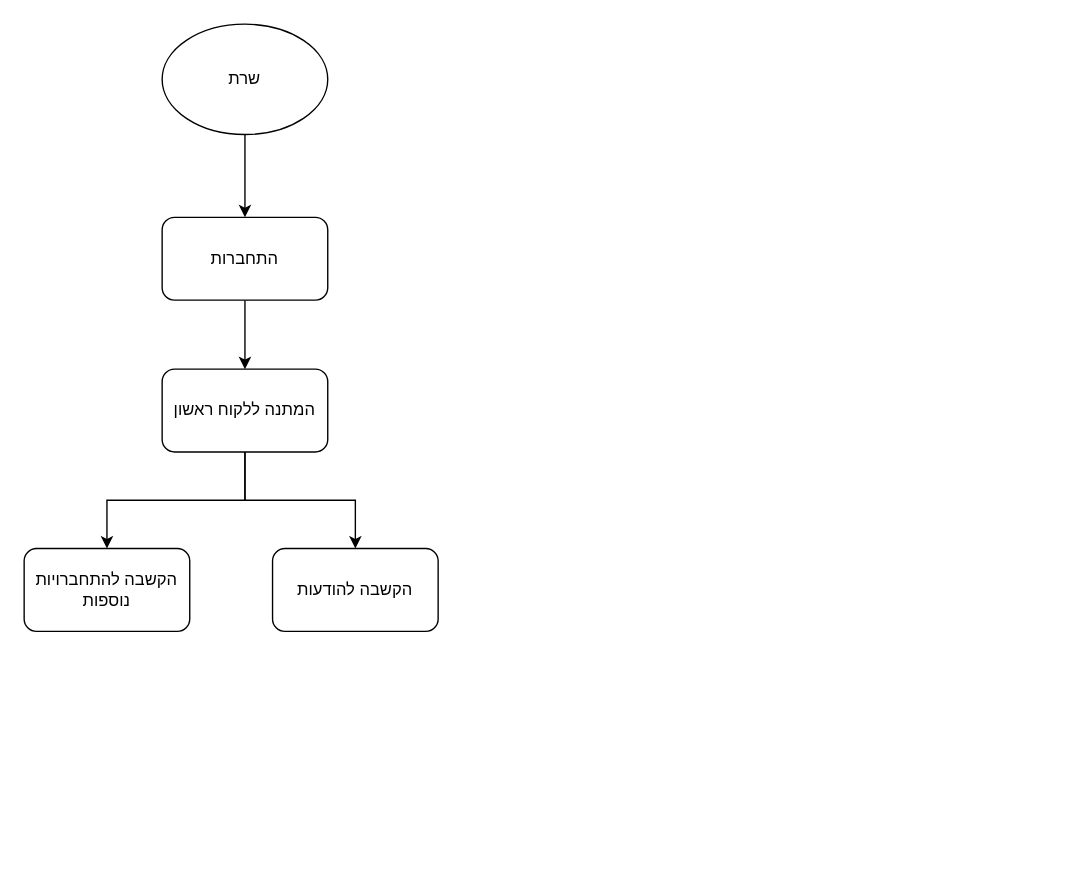
arielberenson/poker-project keeps this draw.io diagram as page "Page-2" (2 of 3) of Untitled Diagram.drawio. Above is the earlier version. Source tidied: cells renumbered, new cells numbered last; positions are measured from the earlier drawing's top-left corner, leaving out a move shared by most shapes. Both pictures are drawn from the tidied source at 138%, with x=0, y=0 at pixel (23, 23).
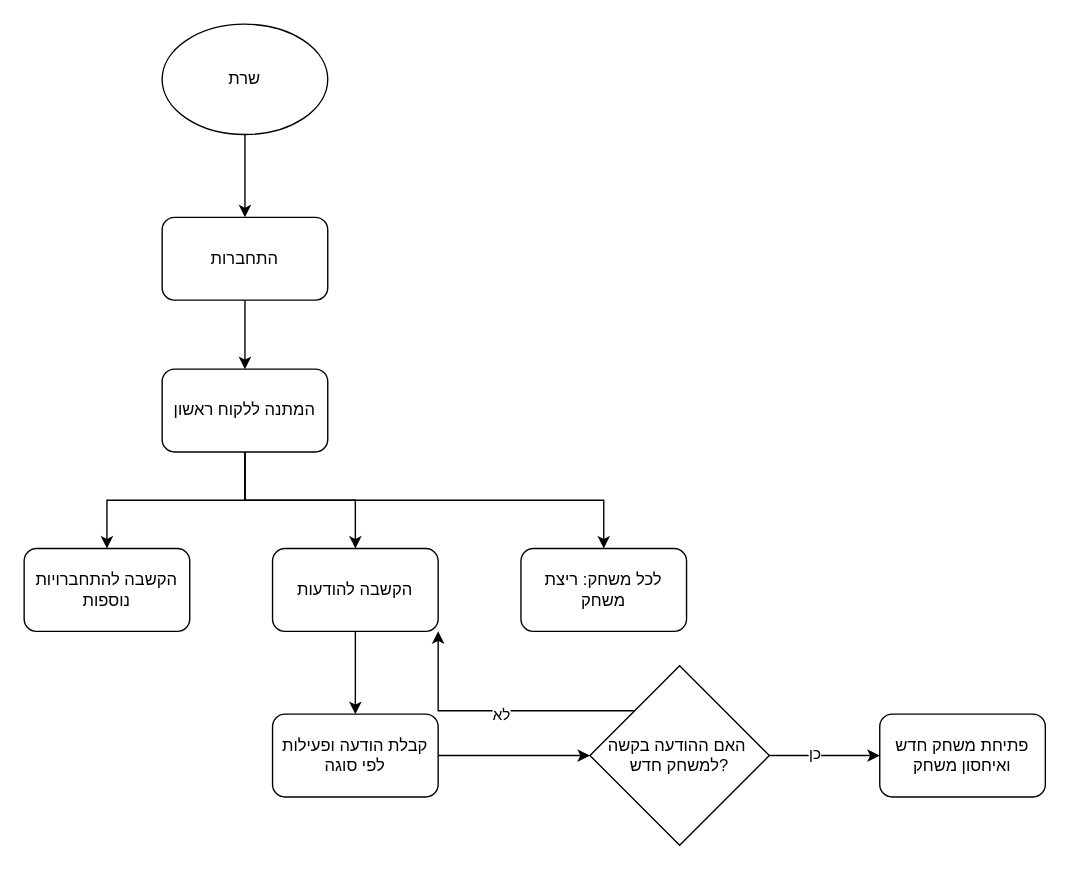
Above is the later version.

Unchanged cells that the change refers to:
```xml
<mxCell id="8" value="המתנה ללקוח ראשון" style="rounded=1;whiteSpace=wrap;html=1;" parent="1" vertex="1">
  <mxGeometry x="100" y="250" width="120" height="60" as="geometry" />
</mxCell>
<mxCell id="10" value="הקשבה להודעות" style="rounded=1;whiteSpace=wrap;html=1;" parent="1" vertex="1">
  <mxGeometry x="180" y="380" width="120" height="60" as="geometry" />
</mxCell>
```

What changed in the source:
```diff
@@
+    <mxCell id="11" style="edgeStyle=orthogonalEdgeStyle;rounded=0;jettySize=auto;html=1;exitX=0.5;exitY=1;exitDx=0;exitDy=0;entryX=0.5;entryY=0;entryDx=0;entryDy=0;" parent="1" edge="1" source="8" target="21">
+      <mxGeometry relative="1" as="geometry" />
+    </mxCell>
@@
+    <mxCell id="12" style="edgeStyle=orthogonalEdgeStyle;rounded=0;jettySize=auto;html=1;exitX=0.5;exitY=1;exitDx=0;exitDy=0;entryX=0.5;entryY=0;entryDx=0;entryDy=0;" parent="1" edge="1" source="10" target="14">
+      <mxGeometry relative="1" as="geometry" />
+    </mxCell>
@@
+    <mxCell id="13" style="edgeStyle=orthogonalEdgeStyle;rounded=0;jettySize=auto;html=1;exitX=1;exitY=0.5;exitDx=0;exitDy=0;entryX=0;entryY=0.5;entryDx=0;entryDy=0;" parent="1" edge="1" source="14" target="19">
+      <mxGeometry relative="1" as="geometry">
+        <Array as="points">
+          <mxPoint x="360" y="530" />
+          <mxPoint x="360" y="530" />
+        </Array>
+      </mxGeometry>
+    </mxCell>
+    <mxCell id="14" value="קבלת הודעה ופעילות&lt;div&gt;לפי סוגה&lt;/div&gt;" style="rounded=1;whiteSpace=wrap;html=1;" parent="1" vertex="1">
+      <mxGeometry x="180" y="500" width="120" height="60" as="geometry" />
+    </mxCell>
+    <mxCell id="15" style="edgeStyle=orthogonalEdgeStyle;rounded=0;jettySize=auto;html=1;exitX=1;exitY=0.5;exitDx=0;exitDy=0;entryX=0;entryY=0.5;entryDx=0;entryDy=0;" parent="1" edge="1" source="19" target="20">
+      <mxGeometry relative="1" as="geometry" />
+    </mxCell>
+    <mxCell id="16" value="כן" style="edgeLabel;html=1;align=center;verticalAlign=middle;" parent="15" vertex="1">
+      <mxGeometry x="-0.2" y="2" relative="1" as="geometry" />
+    </mxCell>
+    <mxCell id="17" style="edgeStyle=orthogonalEdgeStyle;rounded=0;jettySize=auto;html=1;exitX=0;exitY=0;exitDx=0;exitDy=0;entryX=1;entryY=1;entryDx=0;entryDy=0;" parent="1" edge="1" source="19" target="10">
+      <mxGeometry relative="1" as="geometry" />
+    </mxCell>
+    <mxCell id="18" value="לא" style="edgeLabel;html=1;align=center;verticalAlign=middle;" parent="17" vertex="1">
+      <mxGeometry x="-0.03" y="3" relative="1" as="geometry" />
+    </mxCell>
+    <mxCell id="19" value="האם ההודעה בקשה&amp;nbsp;&lt;div&gt;למשחק חדש?&lt;/div&gt;" style="rhombus;whiteSpace=wrap;html=1;" parent="1" vertex="1">
+      <mxGeometry x="410" y="465" width="130" height="130" as="geometry" />
+    </mxCell>
+    <mxCell id="20" value="פתיחת משחק חדש&lt;div&gt;ואיחסון משחק&lt;/div&gt;" style="rounded=1;whiteSpace=wrap;html=1;" parent="1" vertex="1">
+      <mxGeometry x="620" y="500" width="120" height="60" as="geometry" />
+    </mxCell>
+    <mxCell id="21" value="לכל משחק: ריצת משחק" style="rounded=1;whiteSpace=wrap;html=1;" parent="1" vertex="1">
+      <mxGeometry x="360" y="380" width="120" height="60" as="geometry" />
+    </mxCell>
```
